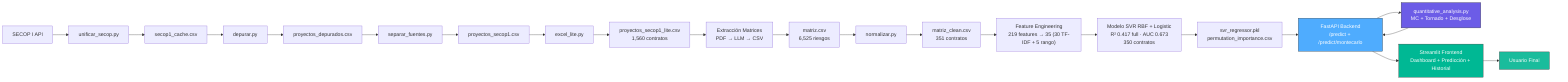
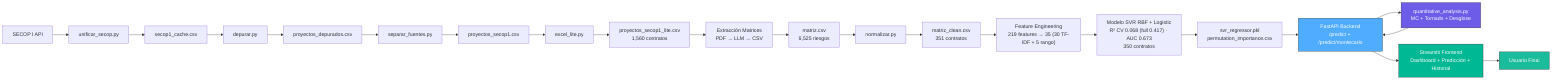
graph LR
    A[SECOP I API] --> B[unificar_secop.py]
    B --> C[secop1_cache.csv]
    C --> D[depurar.py]
    D --> E[proyectos_depurados.csv]
    E --> F[separar_fuentes.py]
    F --> G[proyectos_secop1.csv]
    G --> H[excel_lite.py]
    H --> I[proyectos_secop1_lite.csv<br/>1,560 contratos]
    I --> J[Extracción Matrices<br/>PDF → LLM → CSV]
    J --> K[matriz.csv<br/>6,525 riesgos]
    K --> L[normalizar.py]
    L --> M[matriz_clean.csv<br/>351 contratos]
    M --> N["Feature Engineering<br/>219 features → 35 (30 TF-IDF + 5 rango)"]
-     N --> O["Modelo SVR RBF + Logistic<br/>R² 0.417 full · AUC 0.673<br/>350 contratos"]
+     N --> O["Modelo SVR RBF + Logistic<br/>R² CV 0.068 (full 0.417) · AUC 0.673<br/>350 contratos"]
    O --> P[svr_regressor.pkl<br/>permutation_importance.csv]
    P --> Q[FastAPI Backend<br/>/predict + /predict/montecarlo]
    Q --> Q2[quantitative_analysis.py<br/>MC + Tornado + Desglose]
    Q2 --> Q
    Q --> R[Streamlit Frontend<br/>Dashboard + Predicción + Historial]
    R --> S[Usuario Final]

    style Q fill:#4facfe,stroke:#333,color:white
    style Q2 fill:#6C5CE7,stroke:#333,color:white
    style R fill:#00B894,stroke:#333,color:white
    style S fill:#1ABC9C,stroke:#333,color:white